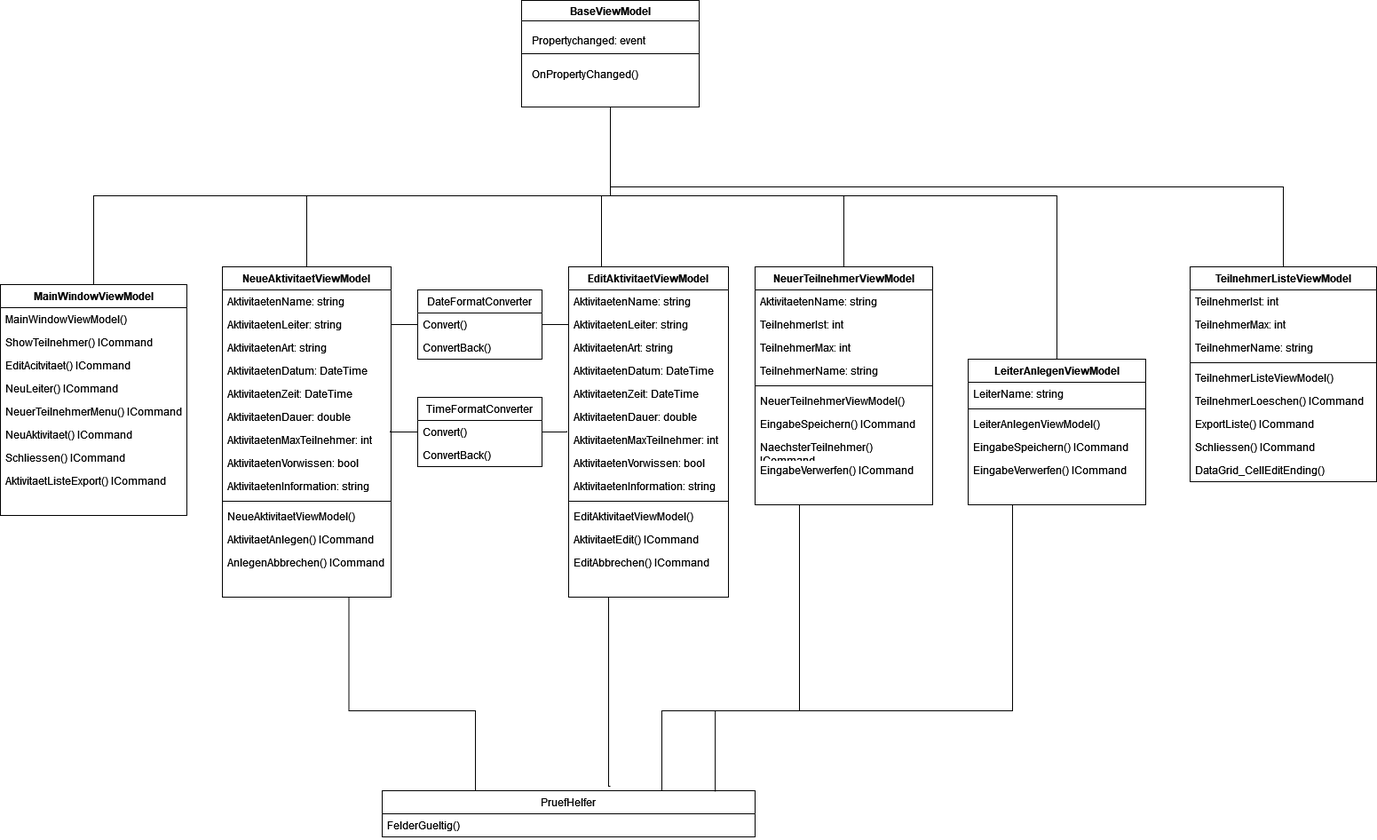
Earlier version of the draw.io export CVAVT/Diagrams/UML_erweitert v2.0.drawio.png (mastapetz/CVAVT). Source tidied: cells renumbered, new cells last; positions are measured from the earlier drawing's top-left corner, leaving out a move shared by most shapes.
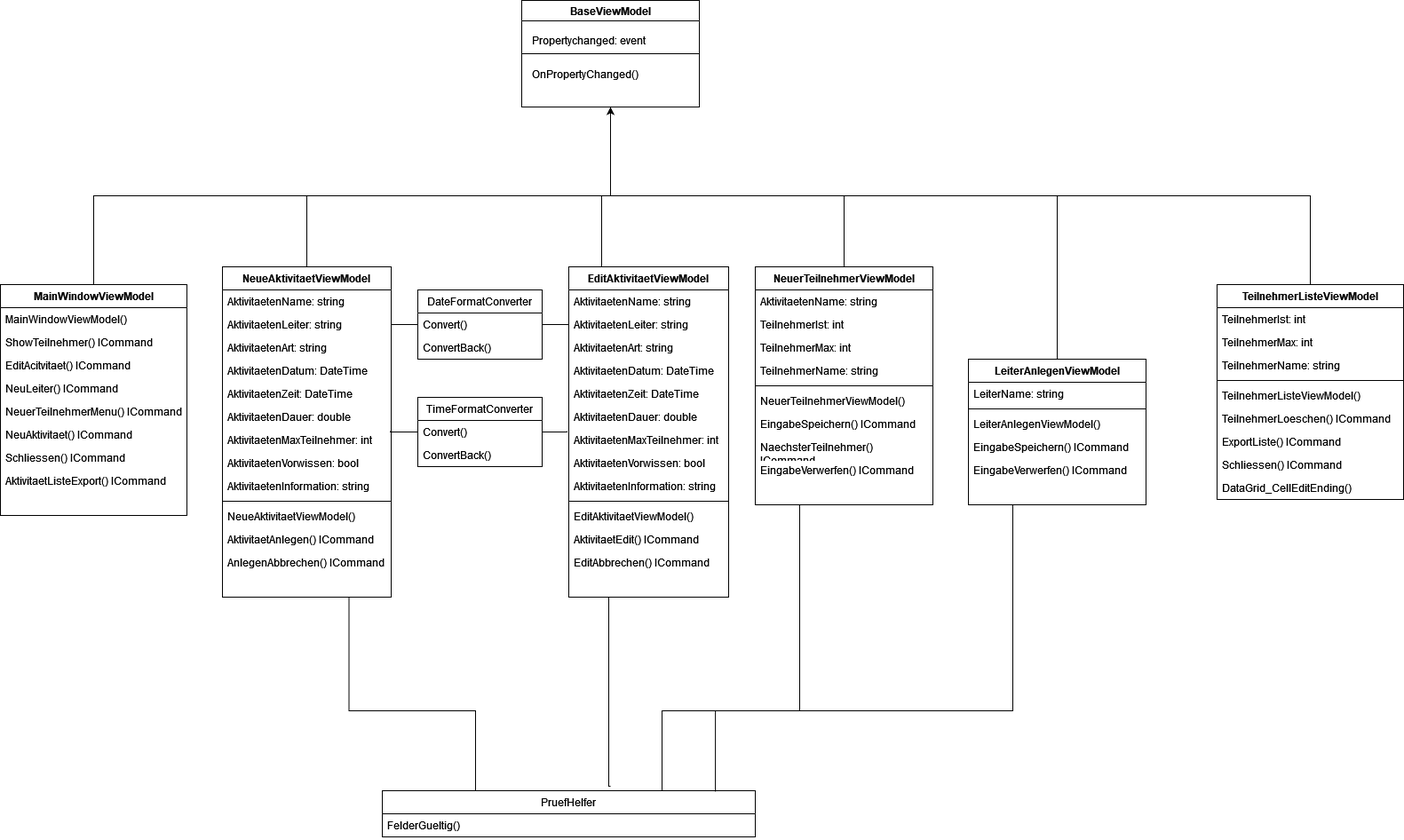
Later version of the same file.

Change to the diagram source:
```diff
@@ -115,6 +115,7 @@
       <mxGeometry relative="1" as="geometry">
         <mxPoint x="590" y="220" as="targetPoint" />
         <Array as="points">
+          <mxPoint x="677" y="300" />
           <mxPoint x="677" y="220" />
         </Array>
       </mxGeometry>
@@ -224,7 +225,7 @@
       <mxGeometry relative="1" as="geometry" />
     </mxCell>
     <mxCell id="65" value="TeilnehmerListeViewModel" style="swimlane;fontStyle=1;align=center;verticalAlign=top;horizontal=1;startSize=26;whiteSpace=wrap;html=1;" parent="1" vertex="1">
-      <mxGeometry x="1340" y="300" width="210" height="242" as="geometry" />
+      <mxGeometry x="1370" y="320" width="210" height="242" as="geometry" />
     </mxCell>
     <mxCell id="66" value="TeilnehmerIst: int" style="text;strokeColor=none;fillColor=none;align=left;verticalAlign=top;spacingLeft=4;spacingRight=4;overflow=hidden;whiteSpace=wrap;html=1;" parent="65" vertex="1">
       <mxGeometry y="26" width="210" height="26" as="geometry" />
@@ -253,7 +254,7 @@
     <mxCell id="74" value="DataGrid_CellEditEnding()" style="text;strokeColor=none;fillColor=none;align=left;verticalAlign=top;spacingLeft=4;spacingRight=4;overflow=hidden;whiteSpace=wrap;html=1;" parent="65" vertex="1">
       <mxGeometry y="216" width="210" height="26" as="geometry" />
     </mxCell>
-    <mxCell id="75" style="edgeStyle=orthogonalEdgeStyle;rounded=0;jettySize=auto;html=1;exitX=0.5;exitY=0;exitDx=0;exitDy=0;entryX=0.5;entryY=1;entryDx=0;entryDy=0;endArrow=none;endFill=0;" parent="1" edge="1" source="77" target="2">
+    <mxCell id="75" style="edgeStyle=orthogonalEdgeStyle;rounded=0;jettySize=auto;html=1;exitX=0.5;exitY=0;exitDx=0;exitDy=0;entryX=0.5;entryY=1;entryDx=0;entryDy=0;endArrow=classic;endFill=1;" parent="1" edge="1" source="77" target="2">
       <mxGeometry relative="1" as="geometry">
         <Array as="points">
           <mxPoint x="1190" y="220" />
```
